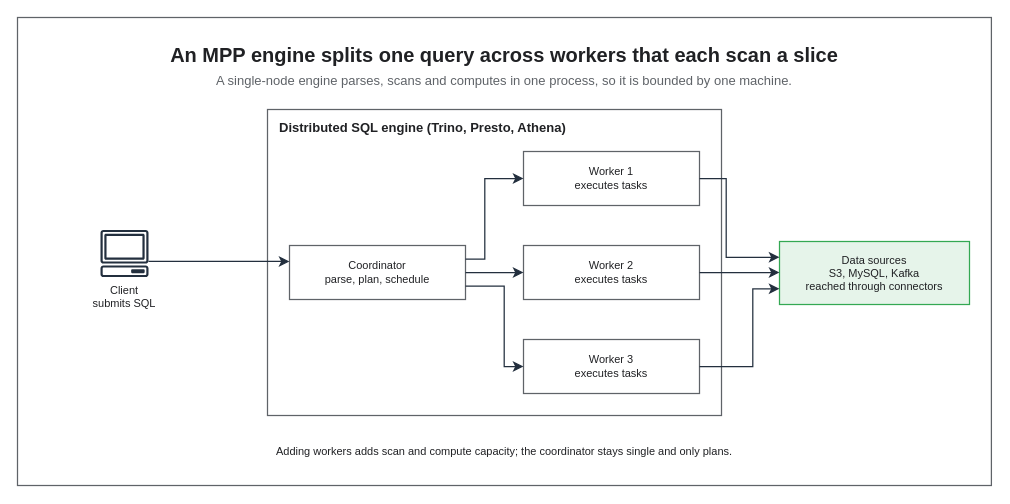
Above: assets/img/aws/analytics-stack-03-distributed-sql-mpp.drawio in KKamJi98/kkamji98.github.io (draw.io), before the change. Source tidied: cells renumbered, new cells numbered last; positions are measured from the earlier drawing's top-left corner, leaving out a move shared by most shapes. Both pictures are drawn from the tidied source at 100%, with x=0, y=0 at pixel (17, 17).
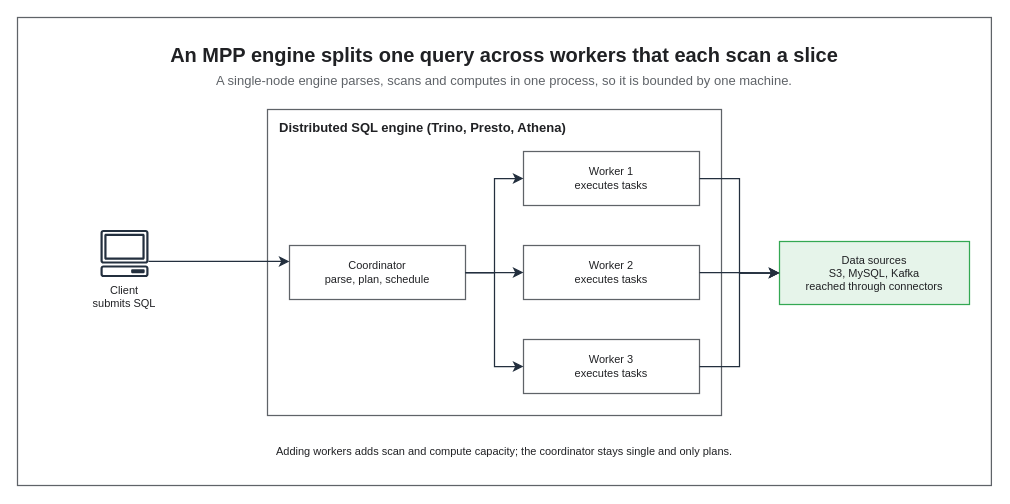
The same page after the edit.

The change refers to these unchanged cells:
```xml
<mxCell id="7" value="Coordinator&#10;parse, plan, schedule" style="rounded=0;whiteSpace=wrap;html=0;fillColor=#FFFFFF;strokeColor=#5F6368;fontColor=#202124;fontSize=11;fontStyle=0;align=center;verticalAlign=middle;spacingLeft=6;spacingRight=6;strokeWidth=1.25;" parent="1" vertex="1">
  <mxGeometry x="272" y="228" width="176" height="54" as="geometry" />
</mxCell>
<mxCell id="8" value="Worker 1&#10;executes tasks" style="rounded=0;whiteSpace=wrap;html=0;fillColor=#FFFFFF;strokeColor=#5F6368;fontColor=#202124;fontSize=11;fontStyle=0;align=center;verticalAlign=middle;spacingLeft=6;spacingRight=6;strokeWidth=1.25;" parent="1" vertex="1">
  <mxGeometry x="506" y="134" width="176" height="54" as="geometry" />
</mxCell>
<mxCell id="9" value="Worker 2&#10;executes tasks" style="rounded=0;whiteSpace=wrap;html=0;fillColor=#FFFFFF;strokeColor=#5F6368;fontColor=#202124;fontSize=11;fontStyle=0;align=center;verticalAlign=middle;spacingLeft=6;spacingRight=6;strokeWidth=1.25;" parent="1" vertex="1">
  <mxGeometry x="506" y="228" width="176" height="54" as="geometry" />
</mxCell>
<mxCell id="10" value="Worker 3&#10;executes tasks" style="rounded=0;whiteSpace=wrap;html=0;fillColor=#FFFFFF;strokeColor=#5F6368;fontColor=#202124;fontSize=11;fontStyle=0;align=center;verticalAlign=middle;spacingLeft=6;spacingRight=6;strokeWidth=1.25;" parent="1" vertex="1">
  <mxGeometry x="506" y="322" width="176" height="54" as="geometry" />
</mxCell>
<mxCell id="11" value="Data sources&#10;S3, MySQL, Kafka&#10;reached through connectors" style="rounded=0;whiteSpace=wrap;html=0;fillColor=#E6F4EA;strokeColor=#34A853;fontColor=#202124;fontSize=11;fontStyle=0;align=center;verticalAlign=middle;spacingLeft=6;spacingRight=6;strokeWidth=1.25;" parent="1" vertex="1">
  <mxGeometry x="762" y="224" width="190" height="63" as="geometry" />
</mxCell>
```

The edit, as a diff of the source:
```diff
@@
-    <mxCell id="14" style="edgeStyle=orthogonalEdgeStyle;rounded=0;html=0;strokeColor=#232F3E;strokeWidth=1.25;endArrow=classic;endFill=1;endSize=7;fontSize=11;fontColor=#202124;labelBackgroundColor=none;jettySize=14;exitX=1;exitY=0.25;entryX=0;entryY=0.5;exitDx=0;exitDy=0;entryDx=0;entryDy=0;" parent="1" edge="1" source="7" target="8">
+    <mxCell id="14" style="edgeStyle=orthogonalEdgeStyle;rounded=0;html=0;strokeColor=#232F3E;strokeWidth=1.25;endArrow=classic;endFill=1;endSize=7;fontSize=11;fontColor=#202124;labelBackgroundColor=none;jettySize=14;exitX=1;exitY=0.5;entryX=0;entryY=0.5;exitDx=0;exitDy=0;entryDx=0;entryDy=0;" parent="1" edge="1" source="7" target="8">
       <mxGeometry relative="1" as="geometry">
         <Array as="points">
-          <mxPoint x="467.3" y="241.5" />
-          <mxPoint x="467.3" y="161" />
+          <mxPoint x="477" y="255" />
+          <mxPoint x="477" y="161" />
         </Array>
       </mxGeometry>
     </mxCell>
@@
-    <mxCell id="16" style="edgeStyle=orthogonalEdgeStyle;rounded=0;html=0;strokeColor=#232F3E;strokeWidth=1.25;endArrow=classic;endFill=1;endSize=7;fontSize=11;fontColor=#202124;labelBackgroundColor=none;jettySize=14;exitX=1;exitY=0.75;entryX=0;entryY=0.5;exitDx=0;exitDy=0;entryDx=0;entryDy=0;" parent="1" edge="1" source="7" target="10">
+    <mxCell id="16" style="edgeStyle=orthogonalEdgeStyle;rounded=0;html=0;strokeColor=#232F3E;strokeWidth=1.25;endArrow=classic;endFill=1;endSize=7;fontSize=11;fontColor=#202124;labelBackgroundColor=none;jettySize=14;exitX=1;exitY=0.5;entryX=0;entryY=0.5;exitDx=0;exitDy=0;entryDx=0;entryDy=0;" parent="1" edge="1" source="7" target="10">
       <mxGeometry relative="1" as="geometry">
         <Array as="points">
-          <mxPoint x="486.7" y="268.5" />
-          <mxPoint x="486.7" y="349" />
+          <mxPoint x="477" y="255" />
+          <mxPoint x="477" y="349" />
         </Array>
       </mxGeometry>
     </mxCell>
-    <mxCell id="17" style="edgeStyle=orthogonalEdgeStyle;rounded=0;html=0;strokeColor=#232F3E;strokeWidth=1.25;endArrow=classic;endFill=1;endSize=7;fontSize=11;fontColor=#202124;labelBackgroundColor=none;jettySize=14;exitX=1;exitY=0.5;entryX=0;entryY=0.25;exitDx=0;exitDy=0;entryDx=0;entryDy=0;" parent="1" edge="1" source="8" target="11">
+    <mxCell id="17" style="edgeStyle=orthogonalEdgeStyle;rounded=0;html=0;strokeColor=#232F3E;strokeWidth=1.25;endArrow=classic;endFill=1;endSize=7;fontSize=11;fontColor=#202124;labelBackgroundColor=none;jettySize=14;exitX=1;exitY=0.5;entryX=0;entryY=0.5;exitDx=0;exitDy=0;entryDx=0;entryDy=0;" parent="1" edge="1" source="8" target="11">
       <mxGeometry relative="1" as="geometry">
         <Array as="points">
-          <mxPoint x="708.7" y="161" />
-          <mxPoint x="708.7" y="239.8" />
+          <mxPoint x="722" y="161" />
+          <mxPoint x="722" y="255.5" />
         </Array>
       </mxGeometry>
     </mxCell>
-    <mxCell id="18" style="edgeStyle=orthogonalEdgeStyle;rounded=0;html=0;strokeColor=#232F3E;strokeWidth=1.25;endArrow=classic;endFill=1;endSize=7;fontSize=11;fontColor=#202124;labelBackgroundColor=none;jettySize=14;exitX=1;exitY=0.5;entryX=0;entryY=0.4921;exitDx=0;exitDy=0;entryDx=0;entryDy=0;" parent="1" edge="1" source="9" target="11">
+    <mxCell id="18" style="edgeStyle=orthogonalEdgeStyle;rounded=0;html=0;strokeColor=#232F3E;strokeWidth=1.25;endArrow=classic;endFill=1;endSize=7;fontSize=11;fontColor=#202124;labelBackgroundColor=none;jettySize=14;exitX=1;exitY=0.5;entryX=0;entryY=0.5;exitDx=0;exitDy=0;entryDx=0;entryDy=0;" parent="1" edge="1" source="9" target="11">
       <mxGeometry relative="1" as="geometry" />
     </mxCell>
-    <mxCell id="19" style="edgeStyle=orthogonalEdgeStyle;rounded=0;html=0;strokeColor=#232F3E;strokeWidth=1.25;endArrow=classic;endFill=1;endSize=7;fontSize=11;fontColor=#202124;labelBackgroundColor=none;jettySize=14;exitX=1;exitY=0.5;entryX=0;entryY=0.75;exitDx=0;exitDy=0;entryDx=0;entryDy=0;" parent="1" edge="1" source="10" target="11">
+    <mxCell id="19" style="edgeStyle=orthogonalEdgeStyle;rounded=0;html=0;strokeColor=#232F3E;strokeWidth=1.25;endArrow=classic;endFill=1;endSize=7;fontSize=11;fontColor=#202124;labelBackgroundColor=none;jettySize=14;exitX=1;exitY=0.5;entryX=0;entryY=0.5;exitDx=0;exitDy=0;entryDx=0;entryDy=0;" parent="1" edge="1" source="10" target="11">
       <mxGeometry relative="1" as="geometry">
         <Array as="points">
-          <mxPoint x="735.3" y="349" />
-          <mxPoint x="735.3" y="271.2" />
+          <mxPoint x="722" y="349" />
+          <mxPoint x="722" y="255.5" />
         </Array>
       </mxGeometry>
     </mxCell>
```
